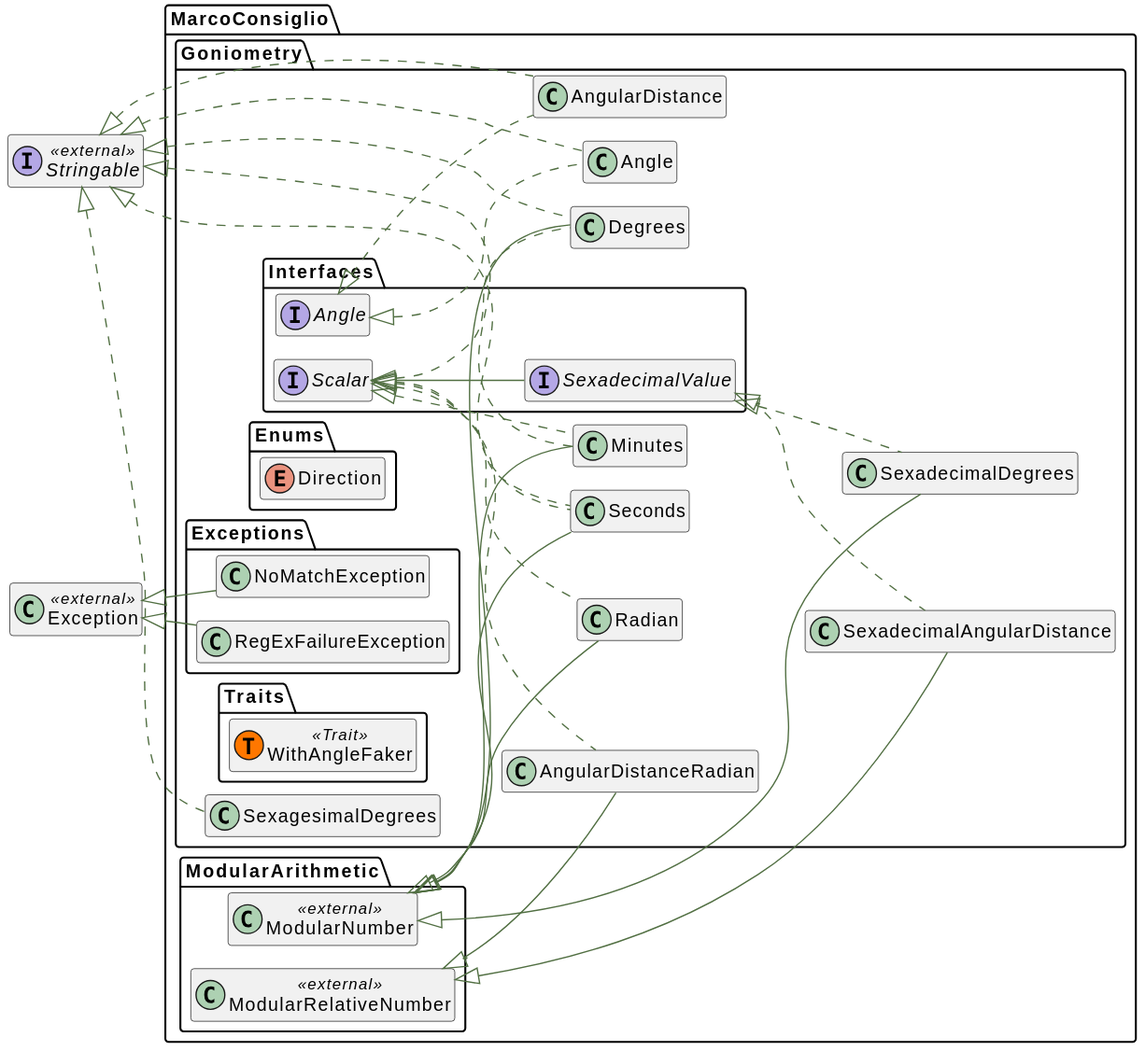
This is docs/html/graphs/classes.svg from MarcoConsiglio/goniometry, a PlantUML export, as it was before one commit.
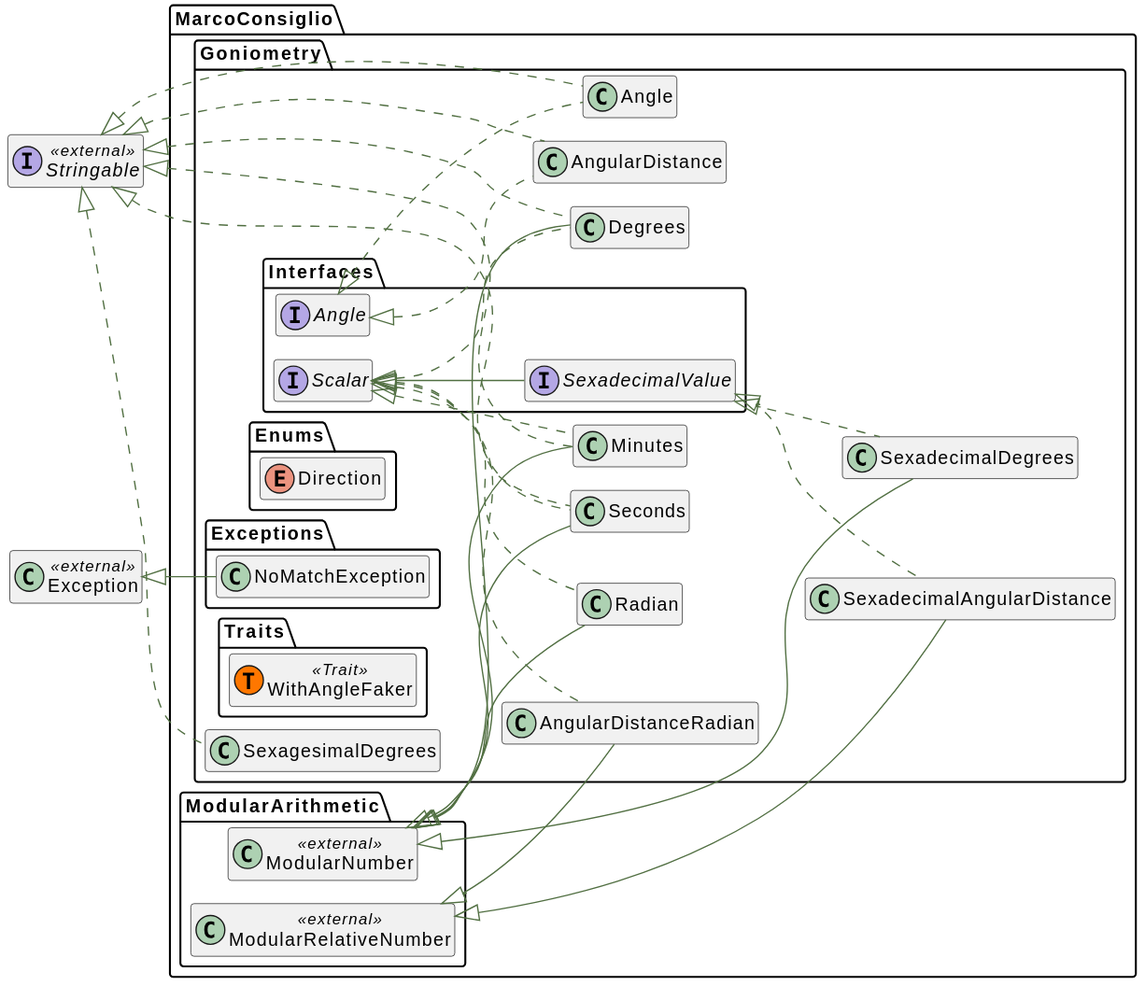
The same diagram one commit later.

Change to the diagram source:
```diff
@@ -85,10 +85,6 @@
      class "NoMatchException" as NoMatchException__class   extends \\Exception__class  {
     }
 }
-namespace MarcoConsiglio\\Goniometry\\Exceptions {
-     class "RegExFailureException" as RegExFailureException__class   extends \\Exception__class  {
-    }
-}
 namespace MarcoConsiglio\\Goniometry\\Traits {
     class "WithAngleFaker"  as WithAngleFaker__trait << (T,#FF7700) Trait >> {
     }
```
